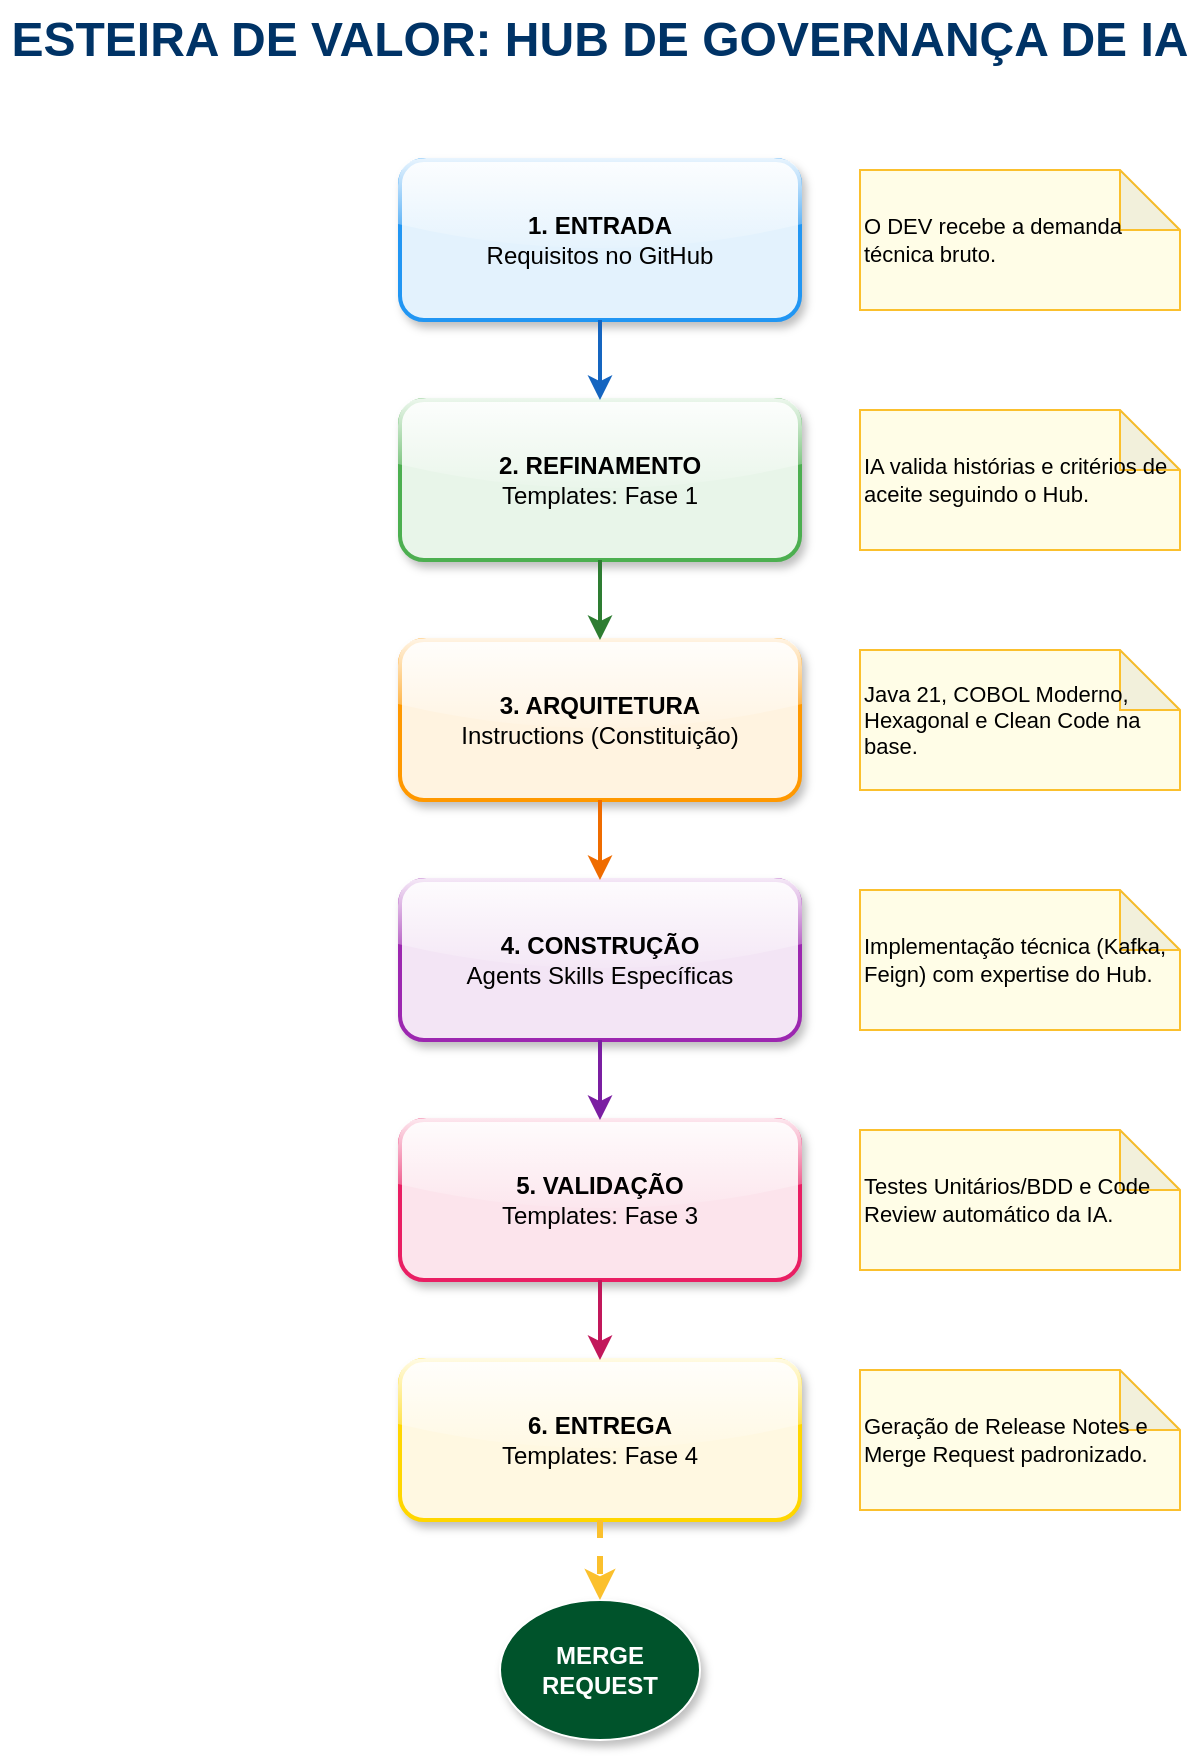
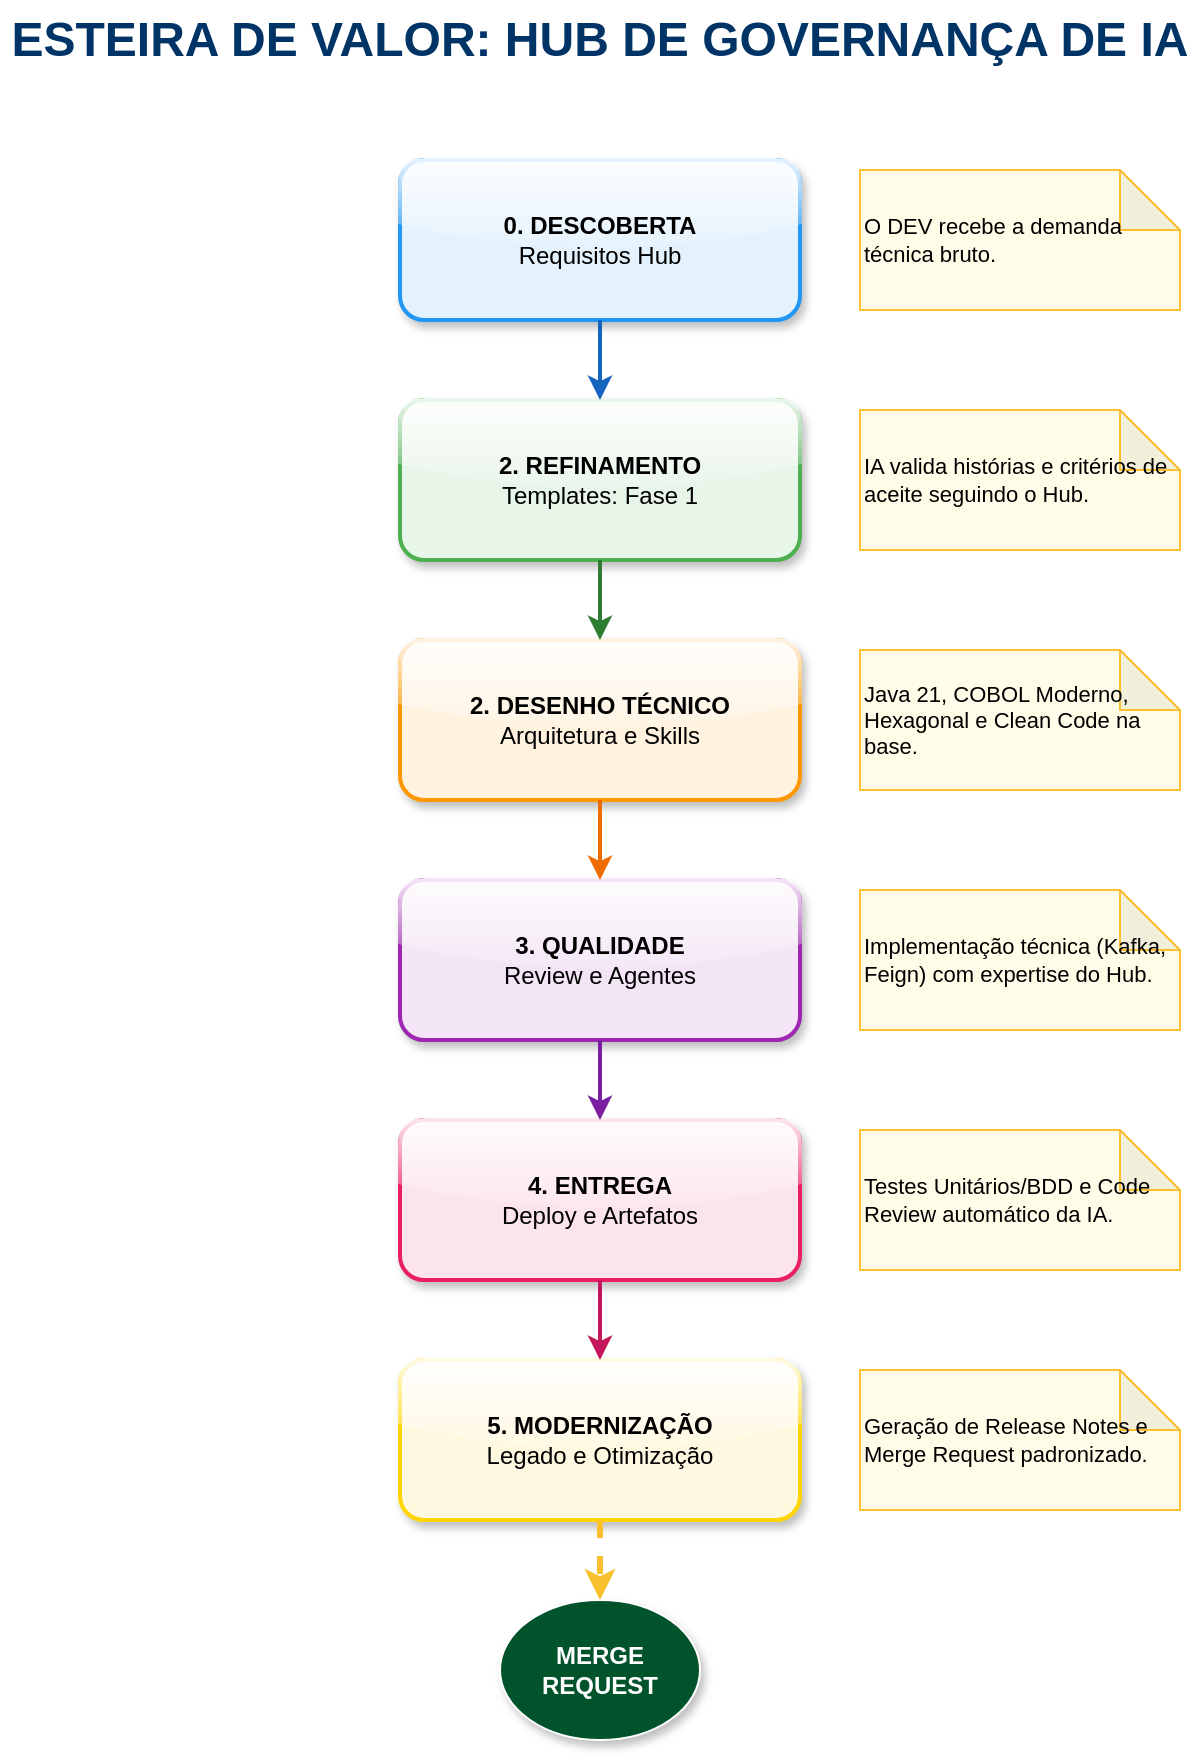
<mxfile host="Electron" version="21.6.8" type="device">
  <diagram id="fluxo-premium" name="Esteira de Valor Hub IA">
    <mxGraphModel dx="1422" dy="794" grid="1" gridSize="10" guides="1" tooltips="1" connect="1" arrows="1" fold="1" page="1" pageScale="1" pageWidth="827" pageHeight="1169" math="0" shadow="0">
      <root>
        <mxCell id="0" />
        <mxCell id="1" parent="0" />

        <!-- Título -->
        <mxCell id="title" value="ESTEIRA DE VALOR: HUB DE GOVERNANÇA DE IA" style="text;html=1;strokeColor=none;fillColor=none;align=center;verticalAlign=middle;whiteSpace=wrap;rounded=0;fontSize=24;fontStyle=1;fontColor=#003366;" vertex="1" parent="1">
          <mxGeometry x="110" y="20" width="600" height="40" as="geometry" />
        </mxCell>

        <!-- Passo 1 -->
-         <mxCell id="step1" value="&lt;b&gt;1. ENTRADA&lt;/b&gt;&lt;br&gt;Requisitos no GitHub" style="rounded=1;whiteSpace=wrap;html=1;fillColor=#E3F2FD;strokeColor=#2196F3;strokeWidth=2;shadow=1;glass=1;" vertex="1" parent="1">
+         <mxCell id="step1" value="&lt;b&gt;0. DESCOBERTA&lt;/b&gt;&lt;br&gt;Requisitos Hub" style="rounded=1;whiteSpace=wrap;html=1;fillColor=#E3F2FD;strokeColor=#2196F3;strokeWidth=2;shadow=1;glass=1;" vertex="1" parent="1">
          <mxGeometry x="310" y="100" width="200" height="80" as="geometry" />
        </mxCell>
        <mxCell id="callout1" value="O DEV recebe a demanda técnica bruto." style="shape=note;whiteSpace=wrap;html=1;backgroundOutline=1;darkOpacity=0.05;fillColor=#FFFDE7;strokeColor=#FBC02D;fontSize=11;align=left;" vertex="1" parent="1">
          <mxGeometry x="540" y="105" width="160" height="70" as="geometry" />
        </mxCell>

        <!-- Passo 2 -->
        <mxCell id="step2" value="&lt;b&gt;2. REFINAMENTO&lt;/b&gt;&lt;br&gt;Templates: Fase 1" style="rounded=1;whiteSpace=wrap;html=1;fillColor=#E8F5E9;strokeColor=#4CAF50;strokeWidth=2;shadow=1;glass=1;" vertex="1" parent="1">
          <mxGeometry x="310" y="220" width="200" height="80" as="geometry" />
        </mxCell>
        <mxCell id="callout2" value="IA valida histórias e critérios de aceite seguindo o Hub." style="shape=note;whiteSpace=wrap;html=1;backgroundOutline=1;darkOpacity=0.05;fillColor=#FFFDE7;strokeColor=#FBC02D;fontSize=11;align=left;" vertex="1" parent="1">
          <mxGeometry x="540" y="225" width="160" height="70" as="geometry" />
        </mxCell>
        <mxCell id="arrow1" edge="1" parent="1" source="step1" target="step2" style="edgeStyle=orthogonalEdgeStyle;rounded=1;orthogonalLoop=1;jettySize=auto;html=1;strokeWidth=2;strokeColor=#1565C0;">
          <mxGeometry relative="1" as="geometry" />
        </mxCell>

        <!-- Passo 3 -->
-         <mxCell id="step3" value="&lt;b&gt;3. ARQUITETURA&lt;/b&gt;&lt;br&gt;Instructions (Constituição)" style="rounded=1;whiteSpace=wrap;html=1;fillColor=#FFF3E0;strokeColor=#FF9800;strokeWidth=2;shadow=1;glass=1;" vertex="1" parent="1">
+         <mxCell id="step3" value="&lt;b&gt;2. DESENHO TÉCNICO&lt;/b&gt;&lt;br&gt;Arquitetura e Skills" style="rounded=1;whiteSpace=wrap;html=1;fillColor=#FFF3E0;strokeColor=#FF9800;strokeWidth=2;shadow=1;glass=1;" vertex="1" parent="1">
          <mxGeometry x="310" y="340" width="200" height="80" as="geometry" />
        </mxCell>
        <mxCell id="callout3" value="Java 21, COBOL Moderno, Hexagonal e Clean Code na base." style="shape=note;whiteSpace=wrap;html=1;backgroundOutline=1;darkOpacity=0.05;fillColor=#FFFDE7;strokeColor=#FBC02D;fontSize=11;align=left;" vertex="1" parent="1">
          <mxGeometry x="540" y="345" width="160" height="70" as="geometry" />
        </mxCell>
        <mxCell id="arrow2" edge="1" parent="1" source="step2" target="step3" style="edgeStyle=orthogonalEdgeStyle;rounded=1;orthogonalLoop=1;jettySize=auto;html=1;strokeWidth=2;strokeColor=#2E7D32;">
          <mxGeometry relative="1" as="geometry" />
        </mxCell>

        <!-- Passo 4 -->
-         <mxCell id="step4" value="&lt;b&gt;4. CONSTRUÇÃO&lt;/b&gt;&lt;br&gt;Agents Skills Específicas" style="rounded=1;whiteSpace=wrap;html=1;fillColor=#F3E5F5;strokeColor=#9C27B0;strokeWidth=2;shadow=1;glass=1;" vertex="1" parent="1">
+         <mxCell id="step4" value="&lt;b&gt;3. QUALIDADE&lt;/b&gt;&lt;br&gt;Review e Agentes" style="rounded=1;whiteSpace=wrap;html=1;fillColor=#F3E5F5;strokeColor=#9C27B0;strokeWidth=2;shadow=1;glass=1;" vertex="1" parent="1">
          <mxGeometry x="310" y="460" width="200" height="80" as="geometry" />
        </mxCell>
        <mxCell id="callout4" value="Implementação técnica (Kafka, Feign) com expertise do Hub." style="shape=note;whiteSpace=wrap;html=1;backgroundOutline=1;darkOpacity=0.05;fillColor=#FFFDE7;strokeColor=#FBC02D;fontSize=11;align=left;" vertex="1" parent="1">
          <mxGeometry x="540" y="465" width="160" height="70" as="geometry" />
        </mxCell>
        <mxCell id="arrow3" edge="1" parent="1" source="step3" target="step4" style="edgeStyle=orthogonalEdgeStyle;rounded=1;orthogonalLoop=1;jettySize=auto;html=1;strokeWidth=2;strokeColor=#EF6C00;">
          <mxGeometry relative="1" as="geometry" />
        </mxCell>

        <!-- Passo 5 -->
-         <mxCell id="step5" value="&lt;b&gt;5. VALIDAÇÃO&lt;/b&gt;&lt;br&gt;Templates: Fase 3" style="rounded=1;whiteSpace=wrap;html=1;fillColor=#FCE4EC;strokeColor=#E91E63;strokeWidth=2;shadow=1;glass=1;" vertex="1" parent="1">
+         <mxCell id="step5" value="&lt;b&gt;4. ENTREGA&lt;/b&gt;&lt;br&gt;Deploy e Artefatos" style="rounded=1;whiteSpace=wrap;html=1;fillColor=#FCE4EC;strokeColor=#E91E63;strokeWidth=2;shadow=1;glass=1;" vertex="1" parent="1">
          <mxGeometry x="310" y="580" width="200" height="80" as="geometry" />
        </mxCell>
        <mxCell id="callout5" value="Testes Unitários/BDD e Code Review automático da IA." style="shape=note;whiteSpace=wrap;html=1;backgroundOutline=1;darkOpacity=0.05;fillColor=#FFFDE7;strokeColor=#FBC02D;fontSize=11;align=left;" vertex="1" parent="1">
          <mxGeometry x="540" y="585" width="160" height="70" as="geometry" />
        </mxCell>
        <mxCell id="arrow4" edge="1" parent="1" source="step4" target="step5" style="edgeStyle=orthogonalEdgeStyle;rounded=1;orthogonalLoop=1;jettySize=auto;html=1;strokeWidth=2;strokeColor=#7B1FA2;">
          <mxGeometry relative="1" as="geometry" />
        </mxCell>

        <!-- Passo 6 -->
-         <mxCell id="step6" value="&lt;b&gt;6. ENTREGA&lt;/b&gt;&lt;br&gt;Templates: Fase 4" style="rounded=1;whiteSpace=wrap;html=1;fillColor=#FFF8E1;strokeColor=#FFD600;strokeWidth=2;shadow=1;glass=1;" vertex="1" parent="1">
+         <mxCell id="step6" value="&lt;b&gt;5. MODERNIZAÇÃO&lt;/b&gt;&lt;br&gt;Legado e Otimização" style="rounded=1;whiteSpace=wrap;html=1;fillColor=#FFF8E1;strokeColor=#FFD600;strokeWidth=2;shadow=1;glass=1;" vertex="1" parent="1">
          <mxGeometry x="310" y="700" width="200" height="80" as="geometry" />
        </mxCell>
        <mxCell id="callout6" value="Geração de Release Notes e Merge Request padronizado." style="shape=note;whiteSpace=wrap;html=1;backgroundOutline=1;darkOpacity=0.05;fillColor=#FFFDE7;strokeColor=#FBC02D;fontSize=11;align=left;" vertex="1" parent="1">
          <mxGeometry x="540" y="705" width="160" height="70" as="geometry" />
        </mxCell>
        <mxCell id="arrow5" edge="1" parent="1" source="step5" target="step6" style="edgeStyle=orthogonalEdgeStyle;rounded=1;orthogonalLoop=1;jettySize=auto;html=1;strokeWidth=2;strokeColor=#C2185B;">
          <mxGeometry relative="1" as="geometry" />
        </mxCell>

        <!-- FIM -->
        <mxCell id="end" value="MERGE&lt;br&gt;REQUEST" style="ellipse;whiteSpace=wrap;html=1;fillColor=#00532B;strokeColor=#FFFFFF;fontColor=#FFFFFF;fontStyle=1;shadow=1;" vertex="1" parent="1">
          <mxGeometry x="360" y="820" width="100" height="70" as="geometry" />
        </mxCell>
        <mxCell id="arrow6" edge="1" parent="1" source="step6" target="end" style="edgeStyle=orthogonalEdgeStyle;rounded=1;orthogonalLoop=1;jettySize=auto;html=1;strokeWidth=3;strokeColor=#FBC02D;dashed=1;">
          <mxGeometry relative="1" as="geometry" />
        </mxCell>

      </root>
    </mxGraphModel>
  </diagram>
</mxfile>
